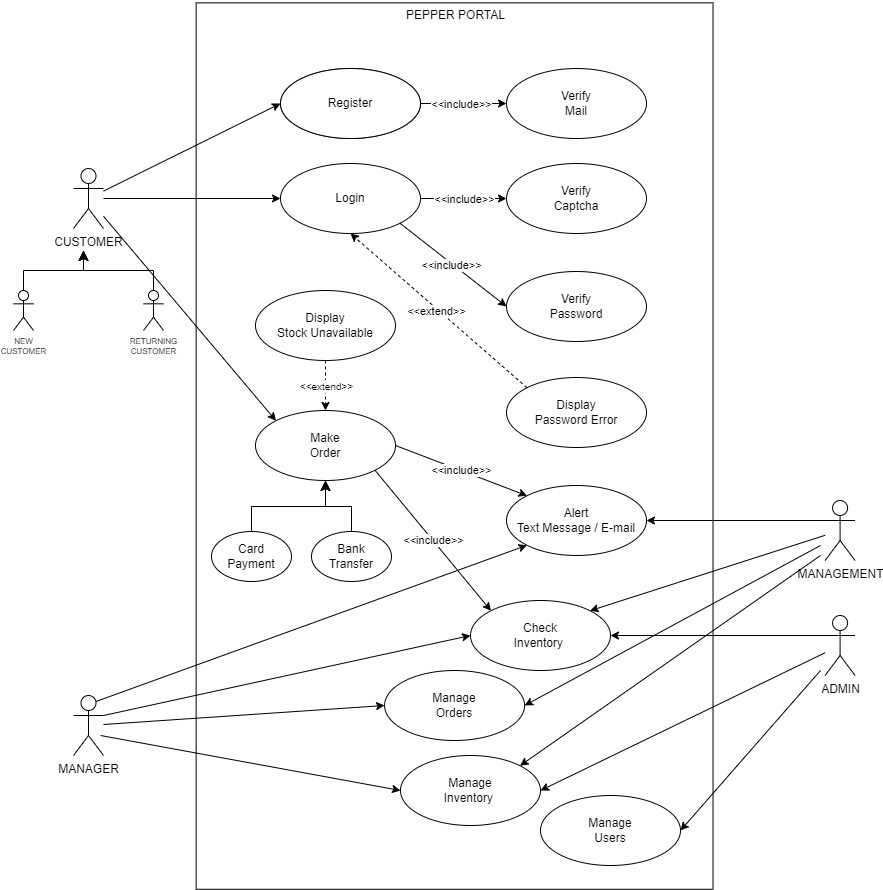
AnushkaIsuranga/Stock_Portal_for_Spice_Co. keeps this draw.io diagram as Documentation/Charts/Usecase.png. Above is the earlier version. Source tidied: cells renumbered, new cells last; positions are measured from the earlier drawing's top-left corner, leaving out a move shared by most shapes.
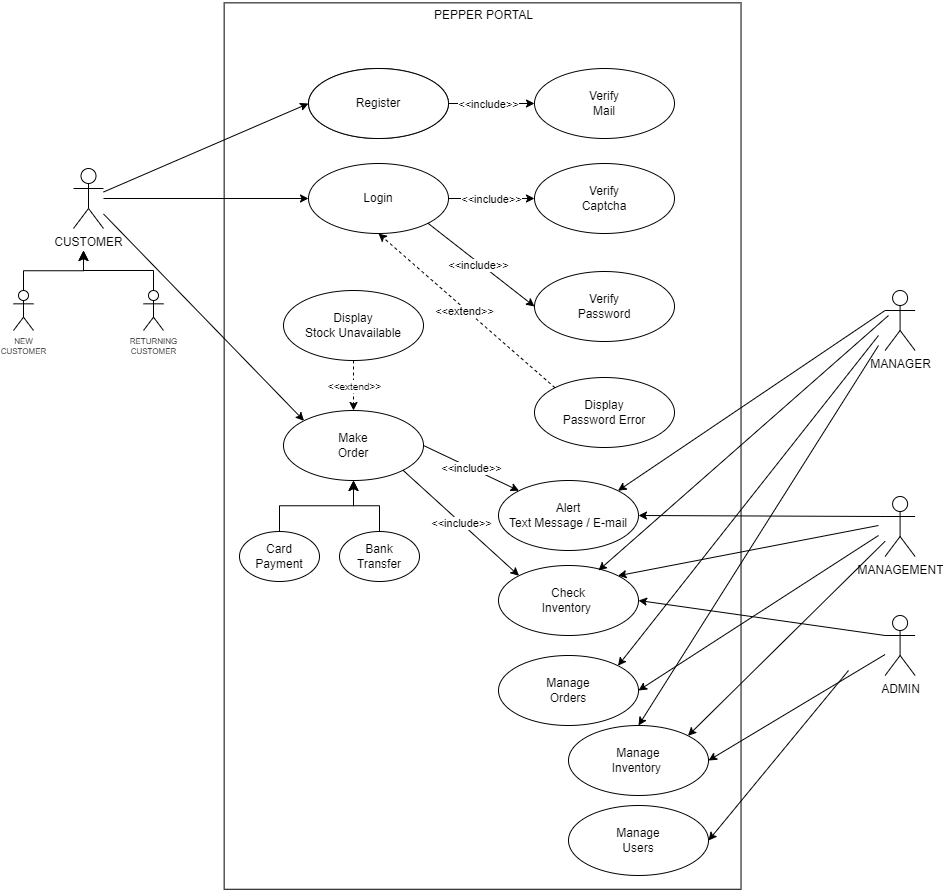
Later version of the same file.

The edit, as a diff of the source:
```diff
@@ -21,7 +21,7 @@
       <mxGeometry relative="1" as="geometry" />
     </mxCell>
     <mxCell id="8" value="CUSTOMER" style="shape=umlActor;verticalLabelPosition=bottom;verticalAlign=top;html=1;outlineConnect=0;" parent="1" vertex="1">
-      <mxGeometry x="62" y="168" width="30" height="60" as="geometry" />
+      <mxGeometry x="34" y="168" width="30" height="60" as="geometry" />
     </mxCell>
     <mxCell id="9" value="Login" style="ellipse;whiteSpace=wrap;html=1;" parent="1" vertex="1">
       <mxGeometry x="269" y="163" width="140" height="70" as="geometry" />
@@ -75,13 +75,13 @@
       <mxGeometry relative="1" as="geometry" />
     </mxCell>
     <mxCell id="24" value="NEW&lt;br style=&quot;font-size: 8px;&quot;&gt;CUSTOMER" style="shape=umlActor;verticalLabelPosition=bottom;verticalAlign=top;html=1;outlineConnect=0;fontSize=8;" parent="1" vertex="1">
-      <mxGeometry x="2" y="290" width="20" height="40" as="geometry" />
+      <mxGeometry x="-26" y="290" width="20" height="40" as="geometry" />
     </mxCell>
     <mxCell id="25" value="RETURNING&lt;br style=&quot;font-size: 8px;&quot;&gt;CUSTOMER" style="shape=umlActor;verticalLabelPosition=bottom;verticalAlign=top;html=1;outlineConnect=0;fontSize=8;" parent="1" vertex="1">
-      <mxGeometry x="132" y="290" width="20" height="40" as="geometry" />
+      <mxGeometry x="104" y="290" width="20" height="40" as="geometry" />
     </mxCell>
     <mxCell id="26" value="MANAGER" style="shape=umlActor;verticalLabelPosition=bottom;verticalAlign=top;html=1;outlineConnect=0;" parent="1" vertex="1">
-      <mxGeometry x="62" y="695" width="30" height="60" as="geometry" />
+      <mxGeometry x="845.6" y="290" width="30" height="60" as="geometry" />
     </mxCell>
     <mxCell id="27" value="Card &lt;br&gt;Payment" style="ellipse;whiteSpace=wrap;html=1;" parent="1" vertex="1">
       <mxGeometry x="200" y="531" width="80" height="50" as="geometry" />
@@ -90,7 +90,7 @@
       <mxGeometry x="300" y="531" width="80" height="50" as="geometry" />
     </mxCell>
     <mxCell id="29" value="Check&lt;br&gt;Inventory&amp;nbsp;" style="ellipse;whiteSpace=wrap;html=1;" parent="1" vertex="1">
-      <mxGeometry x="459" y="600" width="140" height="70" as="geometry" />
+      <mxGeometry x="459" y="565" width="140" height="70" as="geometry" />
     </mxCell>
     <mxCell id="30" style="endArrow=classic;html=1;fontSize=8;exitX=1;exitY=1;exitDx=0;exitDy=0;entryX=0;entryY=0;entryDx=0;entryDy=0;" parent="1" edge="1" source="10" target="29">
       <mxGeometry relative="1" as="geometry" />
@@ -99,16 +99,18 @@
       <mxGeometry relative="1" as="geometry" />
     </mxCell>
     <mxCell id="32" value="Manage&lt;br&gt;Inventory&amp;nbsp;" style="ellipse;whiteSpace=wrap;html=1;" parent="1" vertex="1">
-      <mxGeometry x="389" y="755" width="140" height="70" as="geometry" />
+      <mxGeometry x="529" y="725" width="140" height="70" as="geometry" />
     </mxCell>
-    <mxCell id="33" style="endArrow=classic;html=1;fontSize=8;entryX=0;entryY=1;entryDx=0;entryDy=0;exitX=0.75;exitY=0.1;exitDx=0;exitDy=0;exitPerimeter=0;" parent="1" edge="1" source="26" target="35">
+    <mxCell id="33" style="endArrow=classic;html=1;fontSize=8;entryX=1;entryY=0;entryDx=0;entryDy=0;exitX=0;exitY=0.3333333333333333;exitDx=0;exitDy=0;exitPerimeter=0;" parent="1" edge="1" source="26" target="35">
       <mxGeometry relative="1" as="geometry" />
     </mxCell>
-    <mxCell id="34" style="endArrow=classic;html=1;fontSize=8;entryX=0;entryY=0.5;entryDx=0;entryDy=0;exitX=1;exitY=0.3333333333333333;exitDx=0;exitDy=0;exitPerimeter=0;" parent="1" edge="1" source="26" target="29">
-      <mxGeometry relative="1" as="geometry" />
+    <mxCell id="34" style="endArrow=classic;html=1;fontSize=8;entryX=0.714;entryY=0.071;entryDx=0;entryDy=0;entryPerimeter=0;" parent="1" edge="1" target="29">
+      <mxGeometry relative="1" as="geometry">
+        <mxPoint x="849" y="315" as="sourcePoint" />
+      </mxGeometry>
     </mxCell>
     <mxCell id="35" value="Alert&lt;br&gt;Text Message / E-mail" style="ellipse;whiteSpace=wrap;html=1;" parent="1" vertex="1">
-      <mxGeometry x="495" y="485" width="140" height="70" as="geometry" />
+      <mxGeometry x="459" y="480" width="140" height="70" as="geometry" />
     </mxCell>
     <mxCell id="36" style="endArrow=classic;html=1;fontSize=8;exitX=1;exitY=0.5;exitDx=0;exitDy=0;entryX=0;entryY=0;entryDx=0;entryDy=0;" parent="1" edge="1" source="10" target="35">
       <mxGeometry relative="1" as="geometry" />
@@ -116,16 +118,16 @@
     <mxCell id="37" value="&lt;font style=&quot;font-size: 11px;&quot;&gt;&amp;lt;&amp;lt;include&amp;gt;&amp;gt;&lt;/font&gt;" style="edgeLabel;html=1;align=center;verticalAlign=middle;fontSize=8;" parent="36" vertex="1">
       <mxGeometry relative="1" as="geometry" />
     </mxCell>
-    <mxCell id="38" style="endArrow=classic;html=1;fontSize=8;entryX=0;entryY=0.5;entryDx=0;entryDy=0;" parent="1" edge="1" target="32">
+    <mxCell id="38" style="endArrow=classic;html=1;fontSize=8;entryX=0.5;entryY=0;entryDx=0;entryDy=0;" parent="1" edge="1" target="32">
       <mxGeometry relative="1" as="geometry">
-        <mxPoint x="89" y="735" as="sourcePoint" />
+        <mxPoint x="839" y="345" as="sourcePoint" />
       </mxGeometry>
     </mxCell>
     <mxCell id="39" value="MANAGEMENT" style="shape=umlActor;verticalLabelPosition=bottom;verticalAlign=top;html=1;outlineConnect=0;" parent="1" vertex="1">
-      <mxGeometry x="813.6" y="500" width="30" height="60" as="geometry" />
+      <mxGeometry x="845.6" y="496" width="30" height="60" as="geometry" />
     </mxCell>
     <mxCell id="40" value="ADMIN" style="shape=umlActor;verticalLabelPosition=bottom;verticalAlign=top;html=1;outlineConnect=0;" parent="1" vertex="1">
-      <mxGeometry x="813.6" y="615" width="30" height="60" as="geometry" />
+      <mxGeometry x="845.6" y="615" width="30" height="60" as="geometry" />
     </mxCell>
     <mxCell id="41" style="edgeStyle=elbowEdgeStyle;elbow=vertical;endArrow=classic;html=1;curved=0;rounded=0;endSize=8;startSize=8;fontSize=8;exitX=0.5;exitY=0;exitDx=0;exitDy=0;entryX=0.5;entryY=1;entryDx=0;entryDy=0;" parent="1" edge="1" source="27" target="10">
       <mxGeometry relative="1" as="geometry" />
@@ -137,27 +139,27 @@
     </mxCell>
     <mxCell id="43" style="edgeStyle=elbowEdgeStyle;elbow=vertical;endArrow=classic;html=1;curved=0;rounded=0;endSize=8;startSize=8;fontSize=8;exitX=0.5;exitY=0;exitDx=0;exitDy=0;exitPerimeter=0;" parent="1" edge="1" source="24">
       <mxGeometry relative="1" as="geometry">
-        <mxPoint x="72" y="250" as="targetPoint" />
+        <mxPoint x="44" y="250" as="targetPoint" />
       </mxGeometry>
     </mxCell>
     <mxCell id="44" style="edgeStyle=elbowEdgeStyle;elbow=vertical;endArrow=classic;html=1;curved=0;rounded=0;endSize=8;startSize=8;fontSize=8;exitX=0.5;exitY=0;exitDx=0;exitDy=0;exitPerimeter=0;" parent="1" edge="1" source="25">
       <mxGeometry relative="1" as="geometry">
-        <mxPoint x="72" y="250" as="targetPoint" />
+        <mxPoint x="44" y="250" as="targetPoint" />
         <Array as="points">
-          <mxPoint x="112" y="270" />
+          <mxPoint x="84" y="270" />
         </Array>
       </mxGeometry>
     </mxCell>
     <mxCell id="45" style="endArrow=classic;html=1;fontSize=8;exitX=0;exitY=0.3333333333333333;exitDx=0;exitDy=0;exitPerimeter=0;entryX=1;entryY=0.5;entryDx=0;entryDy=0;" parent="1" edge="1" source="39" target="35">
       <mxGeometry relative="1" as="geometry" />
     </mxCell>
-    <mxCell id="46" style="endArrow=classic;html=1;fontSize=8;entryX=1;entryY=0;entryDx=0;entryDy=0;" parent="1" edge="1" source="39" target="29">
-      <mxGeometry relative="1" as="geometry" />
+    <mxCell id="46" style="endArrow=classic;html=1;fontSize=8;entryX=1;entryY=0;entryDx=0;entryDy=0;" parent="1" edge="1" target="29">
+      <mxGeometry relative="1" as="geometry">
+        <mxPoint x="839" y="525" as="sourcePoint" />
+      </mxGeometry>
     </mxCell>
-    <mxCell id="47" style="endArrow=classic;html=1;fontSize=8;entryX=1;entryY=0;entryDx=0;entryDy=0;" parent="1" edge="1" target="32">
-      <mxGeometry relative="1" as="geometry">
-        <mxPoint x="809" y="555" as="sourcePoint" />
-      </mxGeometry>
+    <mxCell id="47" style="endArrow=classic;html=1;fontSize=8;entryX=1;entryY=0;entryDx=0;entryDy=0;" parent="1" edge="1" source="39" target="32">
+      <mxGeometry relative="1" as="geometry" />
     </mxCell>
     <mxCell id="48" style="endArrow=classic;html=1;fontSize=8;entryX=1;entryY=0.5;entryDx=0;entryDy=0;exitX=0;exitY=0.3333333333333333;exitDx=0;exitDy=0;exitPerimeter=0;" parent="1" edge="1" source="40" target="29">
       <mxGeometry relative="1" as="geometry" />
@@ -175,7 +177,7 @@
       <mxGeometry relative="1" as="geometry" />
     </mxCell>
     <mxCell id="53" value="Manage&lt;br&gt;Users" style="ellipse;whiteSpace=wrap;html=1;" parent="1" vertex="1">
-      <mxGeometry x="529" y="795" width="140" height="70" as="geometry" />
+      <mxGeometry x="529" y="805" width="140" height="70" as="geometry" />
     </mxCell>
     <mxCell id="54" style="endArrow=classic;html=1;fontSize=11;entryX=1;entryY=0.5;entryDx=0;entryDy=0;" parent="1" edge="1" target="53">
       <mxGeometry relative="1" as="geometry">
@@ -183,14 +185,16 @@
       </mxGeometry>
     </mxCell>
     <mxCell id="55" value="Manage&lt;br&gt;Orders" style="ellipse;whiteSpace=wrap;html=1;" parent="1" vertex="1">
-      <mxGeometry x="373.1" y="670" width="140" height="70" as="geometry" />
+      <mxGeometry x="459" y="655" width="140" height="70" as="geometry" />
     </mxCell>
-    <mxCell id="56" style="endArrow=classic;html=1;fontSize=11;entryX=0;entryY=0.5;entryDx=0;entryDy=0;" parent="1" edge="1" source="26" target="55">
-      <mxGeometry relative="1" as="geometry" />
+    <mxCell id="56" style="endArrow=classic;html=1;fontSize=11;entryX=1;entryY=0;entryDx=0;entryDy=0;" parent="1" edge="1" target="55">
+      <mxGeometry relative="1" as="geometry">
+        <mxPoint x="839" y="335" as="sourcePoint" />
+      </mxGeometry>
     </mxCell>
     <mxCell id="57" style="endArrow=classic;html=1;fontSize=11;entryX=1;entryY=0.5;entryDx=0;entryDy=0;" parent="1" edge="1" target="55">
       <mxGeometry relative="1" as="geometry">
-        <mxPoint x="809" y="545" as="sourcePoint" />
+        <mxPoint x="839" y="535" as="sourcePoint" />
       </mxGeometry>
     </mxCell>
   </root>
```
